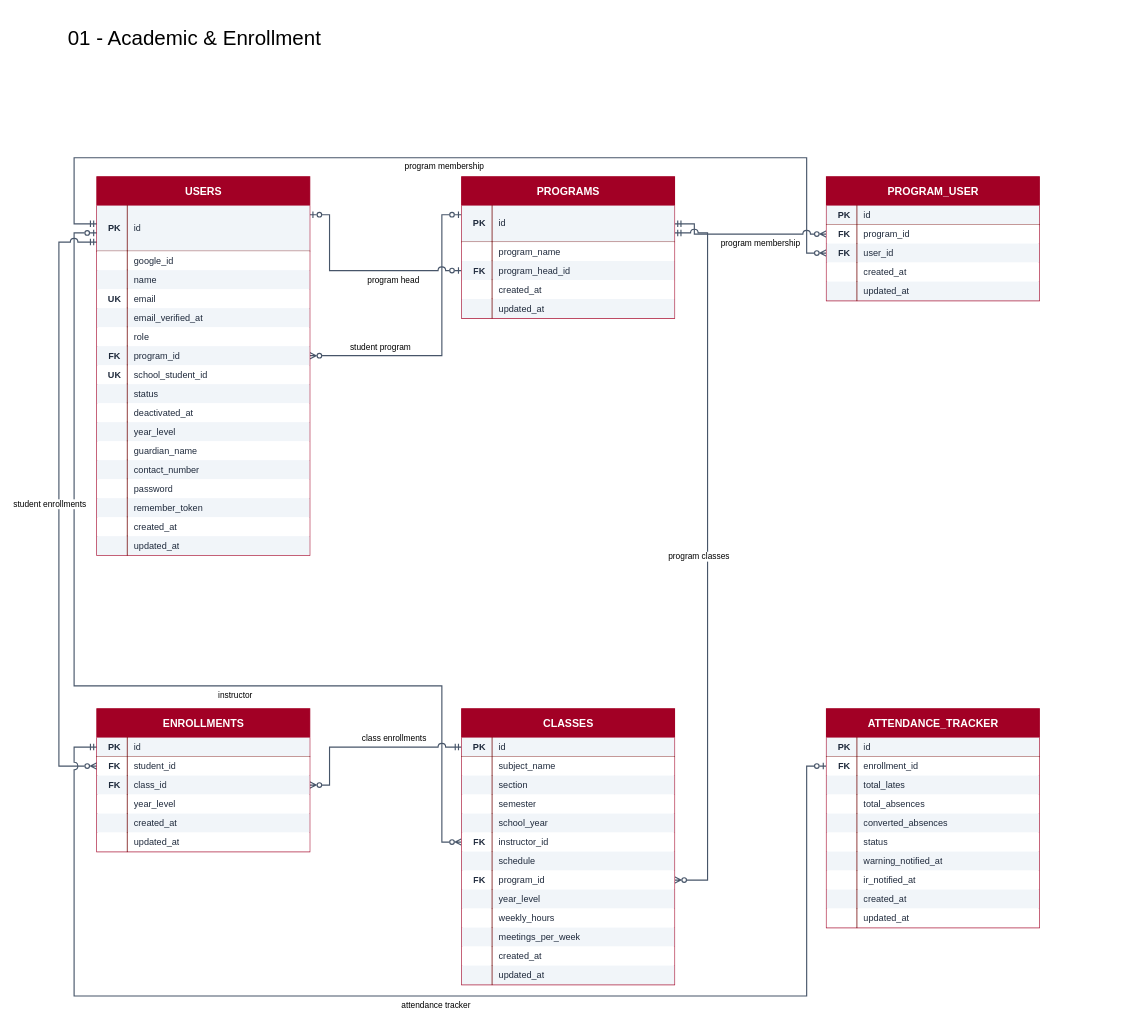
The draw.io diagram page "01 - Academic & Enrollment" (1 of 3) of backend/ERD.drawio in maki-sushi-distro/Absenteeism-Late-Report-and-Excuse-Letter-Management-Process-ALRM, before the edit. Source tidied: cells renumbered, new cells numbered last; positions are measured from the earlier drawing's top-left corner, leaving out a move shared by most shapes. Both pictures are drawn from the tidied source at 76%, with x=0, y=0 at pixel (59, 13).
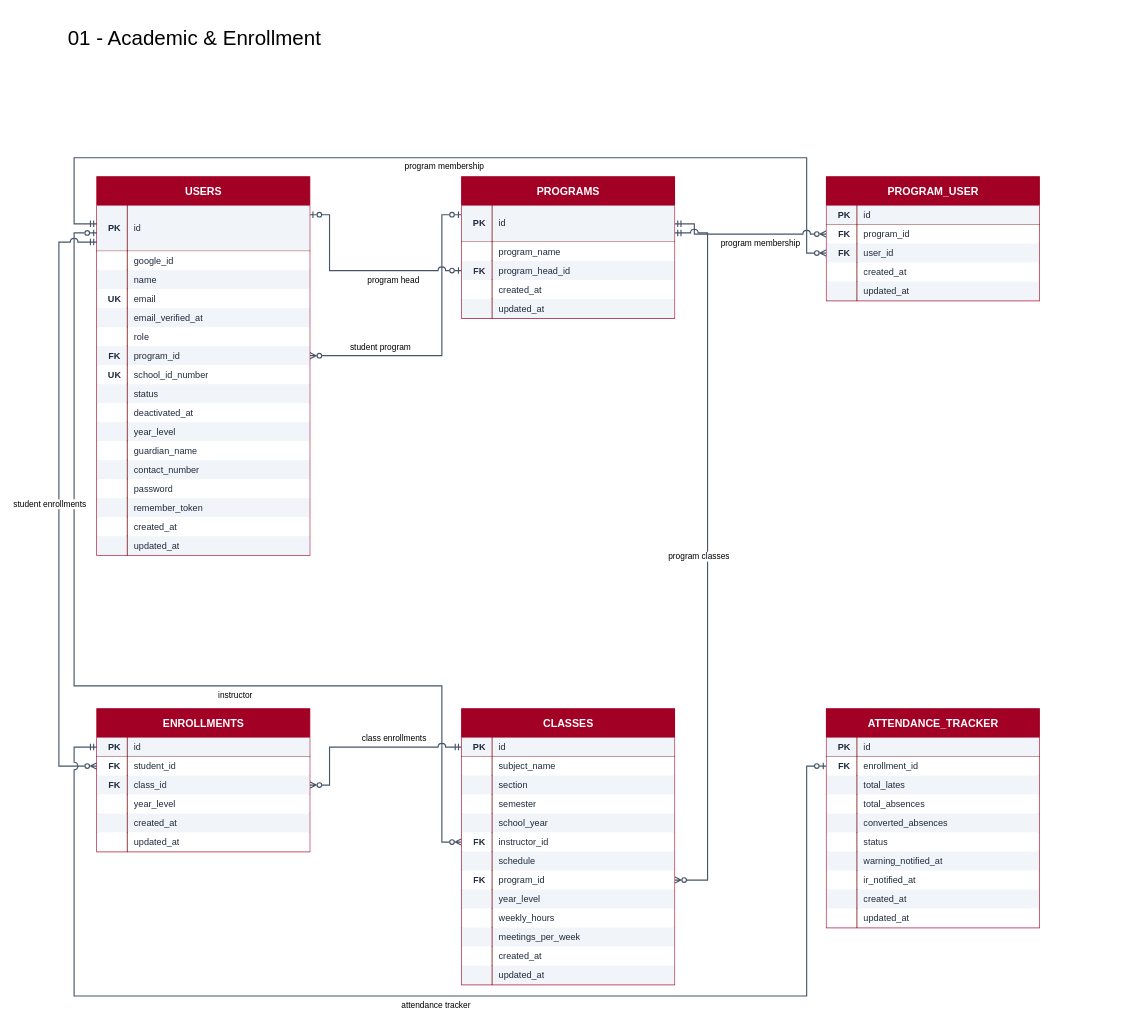
The same page after the edit.

The change refers to these unchanged cells:
```xml
<mxCell id="34" style="group;" parent="12" vertex="1">
  <mxGeometry y="248" width="280" height="25" as="geometry" />
</mxCell>
```

The edit, as a diff of the source:
```diff
@@
-    <mxCell id="36" value="school_student_id" style="text;html=1;whiteSpace=wrap;overflow=hidden;verticalAlign=middle;spacingLeft=7;fontFamily=Helvetica;fillColor=#ffffff;fontColor=#1e293b;shape=partialRectangle;left=1;right=0;top=0;bottom=0;strokeColor=#6F0000;strokeWidth=1;align=left;fontSize=12;" parent="34" vertex="1">
-      <mxGeometry x="40" width="240" height="25" as="geometry" />
-    </mxCell>
+    <mxCell id="186" value="school_id_number" style="text;html=1;whiteSpace=wrap;overflow=hidden;verticalAlign=middle;spacingLeft=7;fontFamily=Helvetica;fillColor=#ffffff;fontColor=#1e293b;shape=partialRectangle;left=1;right=0;top=0;bottom=0;strokeColor=#6F0000;strokeWidth=1;align=left;fontSize=12;" parent="34" vertex="1">
+      <mxGeometry x="40" width="240" height="25" as="geometry" />
+    </mxCell>
```
